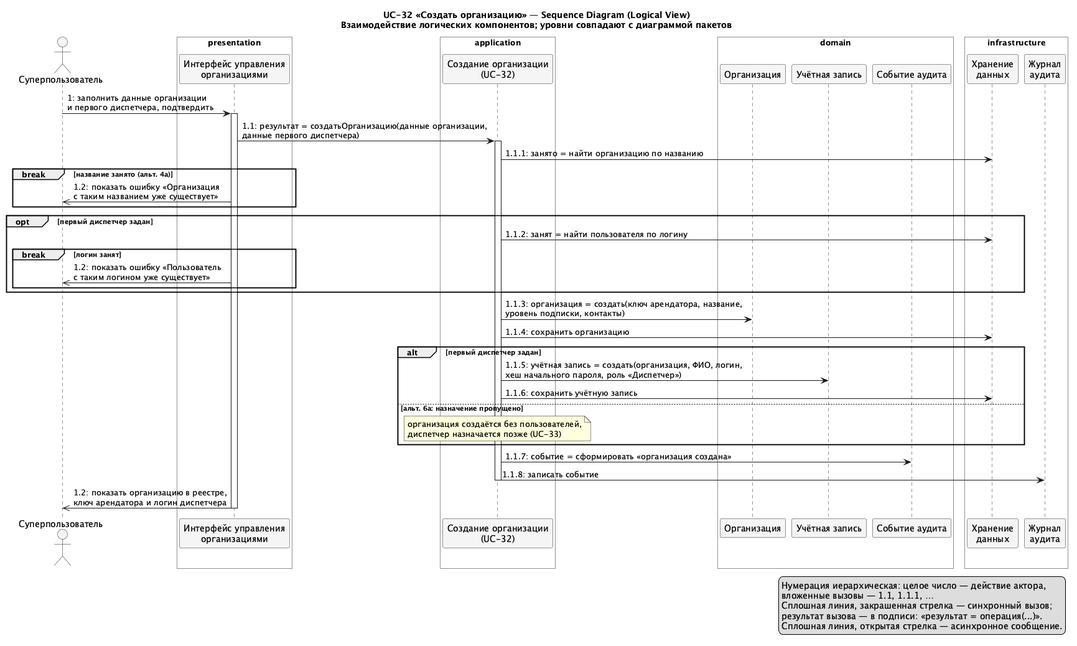
granikartem/MPI keeps this PlantUML diagram as docs/diagrams/out/SEQ_UC32_LogicalView.png. Above is the earlier version.
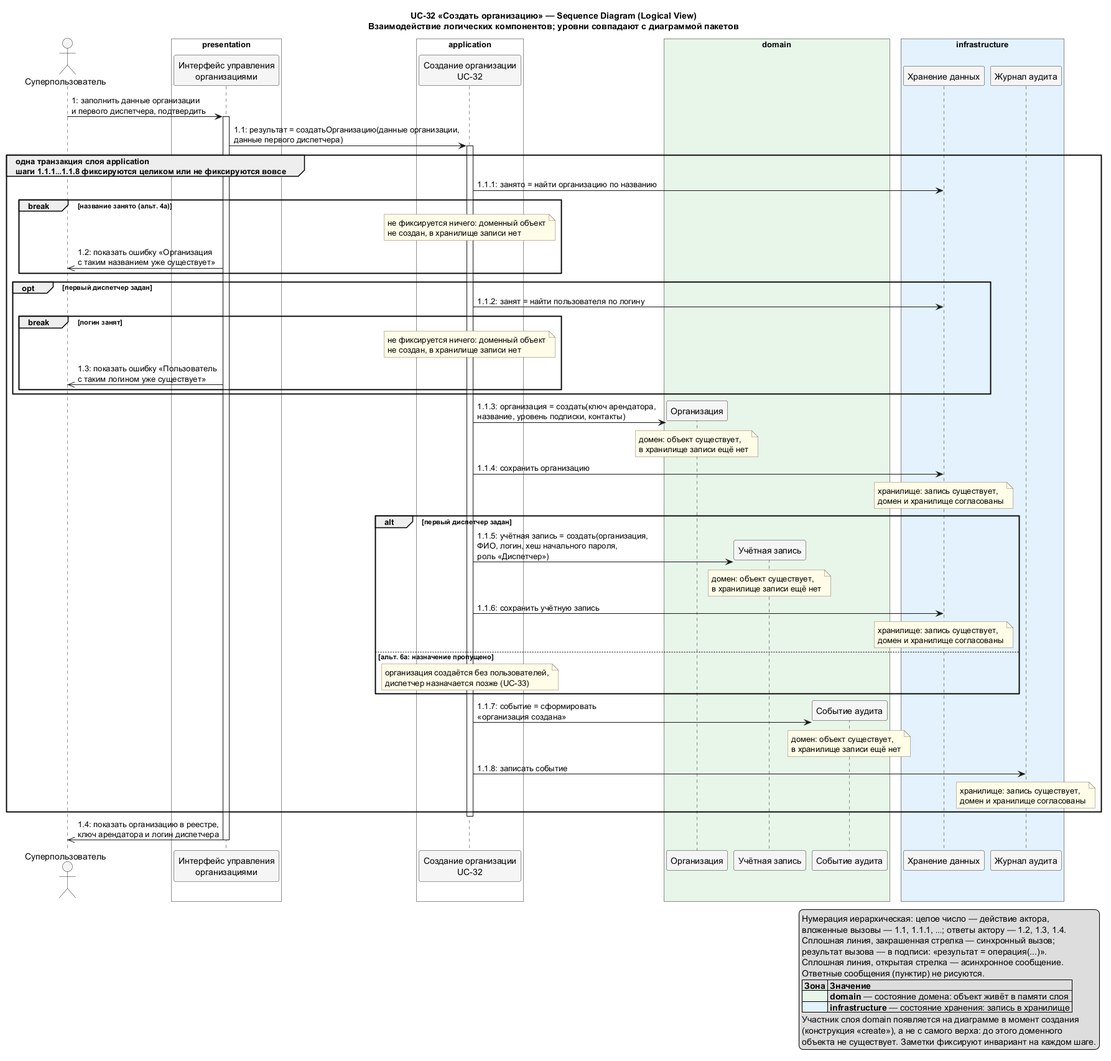
After the commit.

The edit, as a diff of the source:
```diff
@@ -5,6 +5,8 @@
 skinparam ParticipantBorderColor #333333
 skinparam ActorBackgroundColor #F5F5F5
 skinparam BoxPadding 8
+skinparam NoteBackgroundColor #FFFDE7
+skinparam NoteBorderColor #8D6E63
 
 title UC-32 «Создать организацию» — Sequence Diagram (Logical View)\nВзаимодействие логических компонентов; уровни совпадают с диаграммой пакетов
 
@@ -15,18 +17,18 @@
 end box
 
 box "application" #FDFDFD
-  participant "Создание организации\n(UC-32)" as APP
+  participant "Создание организации\nUC-32" as APP
 end box
 
-box "domain" #FDFDFD
+box "domain" #E8F5E9
   participant "Организация" as ORG
   participant "Учётная запись" as USR
   participant "Событие аудита" as EVT
 end box
 
-box "infrastructure" #FDFDFD
-  participant "Хранение\nданных" as STORE
-  participant "Журнал\nаудита" as AUDIT
+box "infrastructure" #E3F2FD
+  participant "Хранение данных" as STORE
+  participant "Журнал аудита" as AUDIT
 end box
 
 SU -> PRES : 1: заполнить данные организации\nи первого диспетчера, подтвердить
@@ -34,40 +36,62 @@
 PRES -> APP : 1.1: результат = создатьОрганизацию(данные организации,\nданные первого диспетчера)
 activate APP
 
-APP -> STORE : 1.1.1: занято = найти организацию по названию
-break название занято (альт. 4а)
-  PRES ->> SU : 1.2: показать ошибку «Организация\nс таким названием уже существует»
+group одна транзакция слоя application\nшаги 1.1.1…1.1.8 фиксируются целиком или не фиксируются вовсе
+
+  APP -> STORE : 1.1.1: занято = найти организацию по названию
+  break название занято (альт. 4а)
+    note over APP : не фиксируется ничего: доменный объект\nне создан, в хранилище записи нет
+    PRES ->> SU : 1.2: показать ошибку «Организация\nс таким названием уже существует»
+  end
+
+  opt первый диспетчер задан
+    APP -> STORE : 1.1.2: занят = найти пользователя по логину
+    break логин занят
+      note over APP : не фиксируется ничего: доменный объект\nне создан, в хранилище записи нет
+      PRES ->> SU : 1.3: показать ошибку «Пользователь\nс таким логином уже существует»
+    end
+  end
+
+  create ORG
+  APP -> ORG : 1.1.3: организация = создать(ключ арендатора,\nназвание, уровень подписки, контакты)
+  note over ORG : домен: объект существует,\nв хранилище записи ещё нет
+  APP -> STORE : 1.1.4: сохранить организацию
+  note over STORE : хранилище: запись существует,\nдомен и хранилище согласованы
+
+  alt первый диспетчер задан
+    create USR
+    APP -> USR : 1.1.5: учётная запись = создать(организация,\nФИО, логин, хеш начального пароля,\nроль «Диспетчер»)
+    note over USR : домен: объект существует,\nв хранилище записи ещё нет
+    APP -> STORE : 1.1.6: сохранить учётную запись
+    note over STORE : хранилище: запись существует,\nдомен и хранилище согласованы
+  else альт. 6а: назначение пропущено
+    note over APP : организация создаётся без пользователей,\nдиспетчер назначается позже (UC-33)
+  end
+
+  create EVT
+  APP -> EVT : 1.1.7: событие = сформировать\n«организация создана»
+  note over EVT : домен: объект существует,\nв хранилище записи ещё нет
+  APP -> AUDIT : 1.1.8: записать событие
+  note over AUDIT : хранилище: запись существует,\nдомен и хранилище согласованы
+
 end
-
-opt первый диспетчер задан
-  APP -> STORE : 1.1.2: занят = найти пользователя по логину
-  break логин занят
-    PRES ->> SU : 1.2: показать ошибку «Пользователь\nс таким логином уже существует»
-  end
-end
-
-APP -> ORG : 1.1.3: организация = создать(ключ арендатора, название,\nуровень подписки, контакты)
-APP -> STORE : 1.1.4: сохранить организацию
-
-alt первый диспетчер задан
-  APP -> USR : 1.1.5: учётная запись = создать(организация, ФИО, логин,\nхеш начального пароля, роль «Диспетчер»)
-  APP -> STORE : 1.1.6: сохранить учётную запись
-else альт. 6а: назначение пропущено
-  note over APP : организация создаётся без пользователей,\nдиспетчер назначается позже (UC-33)
-end
-
-APP -> EVT : 1.1.7: событие = сформировать «организация создана»
-APP -> AUDIT : 1.1.8: записать событие
 deactivate APP
 
-PRES ->> SU : 1.2: показать организацию в реестре,\nключ арендатора и логин диспетчера
+PRES ->> SU : 1.4: показать организацию в реестре,\nключ арендатора и логин диспетчера
 deactivate PRES
 
 legend right
   Нумерация иерархическая: целое число — действие актора,
-  вложенные вызовы — 1.1, 1.1.1, …
+  вложенные вызовы — 1.1, 1.1.1, …; ответы актору — 1.2, 1.3, 1.4.
   Сплошная линия, закрашенная стрелка — синхронный вызов;
   результат вызова — в подписи: «результат = операция(...)».
   Сплошная линия, открытая стрелка — асинхронное сообщение.
+  Ответные сообщения (пунктир) не рисуются.
+  |= Зона |= Значение |
+  | <#E8F5E9> | **domain** — состояние домена: объект живёт в памяти слоя |
+  | <#E3F2FD> | **infrastructure** — состояние хранения: запись в хранилище |
+  Участник слоя domain появляется на диаграмме в момент создания
+  (конструкция «create»), а не с самого верха: до этого доменного
+  объекта не существует. Заметки фиксируют инвариант на каждом шаге.
 endlegend
 @enduml
```
